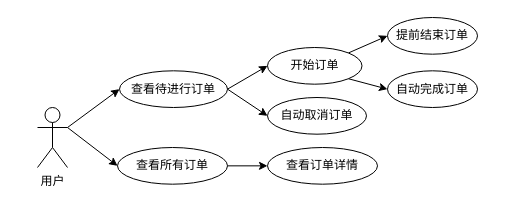
Above: 订单管理模块.drawio in mochaDMQ/myPicture (draw.io), before the change. Source tidied: cells renumbered, new cells numbered last; positions are measured from the earlier drawing's top-left corner, leaving out a move shared by most shapes. Both pictures are drawn from the tidied source at 100%, with x=0, y=0 at pixel (37, 17).
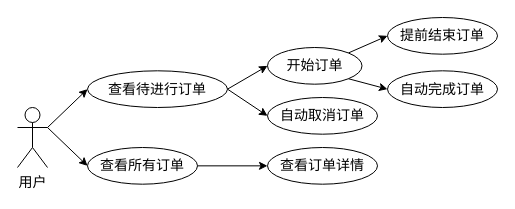
The same page after the edit.

Commit message:
更新订单管理模块.drawio

What changed in the source:
```diff
@@
 <mxGraphModel>
   <root>
     <mxCell id="0" />
     <mxCell id="1" parent="0" />
-    <mxCell id="2" style="edgeStyle=none;rounded=0;jettySize=auto;html=1;exitX=1;exitY=0.3333333333333333;exitDx=0;exitDy=0;exitPerimeter=0;entryX=0;entryY=0.5;entryDx=0;entryDy=0;" parent="1" edge="1" source="4" target="7">
+    <mxCell id="2" style="edgeStyle=none;rounded=0;jettySize=auto;html=1;exitX=1;exitY=0.3333333333333333;exitDx=0;exitDy=0;exitPerimeter=0;entryX=0;entryY=0.5;entryDx=0;entryDy=0;fontFamily=宋体;fontSize=14;" parent="1" edge="1" source="4" target="7">
       <mxGeometry relative="1" as="geometry" />
     </mxCell>
-    <mxCell id="3" style="edgeStyle=none;rounded=0;jettySize=auto;html=1;exitX=1;exitY=0.3333333333333333;exitDx=0;exitDy=0;exitPerimeter=0;entryX=0;entryY=0.5;entryDx=0;entryDy=0;" parent="1" edge="1" source="4" target="9">
+    <mxCell id="3" style="edgeStyle=none;rounded=0;jettySize=auto;html=1;exitX=1;exitY=0.3333333333333333;exitDx=0;exitDy=0;exitPerimeter=0;entryX=0;entryY=0.5;entryDx=0;entryDy=0;fontFamily=宋体;fontSize=14;" parent="1" edge="1" source="4" target="9">
       <mxGeometry relative="1" as="geometry" />
     </mxCell>
-    <mxCell id="4" value="用户" style="shape=umlActor;verticalLabelPosition=bottom;verticalAlign=top;html=1;outlineConnect=0;" parent="1" vertex="1">
-      <mxGeometry y="90" width="30" height="60" as="geometry" />
+    <mxCell id="4" value="用户" style="shape=umlActor;verticalLabelPosition=bottom;verticalAlign=top;html=1;outlineConnect=0;fontFamily=宋体;fontSize=14;" parent="1" vertex="1">
+      <mxGeometry x="-20" y="90" width="30" height="60" as="geometry" />
     </mxCell>
-    <mxCell id="5" style="rounded=0;jettySize=auto;html=1;exitX=1;exitY=0.5;exitDx=0;exitDy=0;entryX=0;entryY=0.5;entryDx=0;entryDy=0;" parent="1" edge="1" source="7" target="13">
+    <mxCell id="5" style="rounded=0;jettySize=auto;html=1;exitX=1;exitY=0.5;exitDx=0;exitDy=0;entryX=0;entryY=0.5;entryDx=0;entryDy=0;fontFamily=宋体;fontSize=14;" parent="1" edge="1" source="7" target="13">
       <mxGeometry relative="1" as="geometry" />
     </mxCell>
-    <mxCell id="6" style="rounded=0;jettySize=auto;html=1;exitX=1;exitY=0.5;exitDx=0;exitDy=0;entryX=0;entryY=0.5;entryDx=0;entryDy=0;" parent="1" edge="1" source="7" target="16">
+    <mxCell id="6" style="rounded=0;jettySize=auto;html=1;exitX=1;exitY=0.5;exitDx=0;exitDy=0;entryX=0;entryY=0.5;entryDx=0;entryDy=0;fontFamily=宋体;fontSize=14;" parent="1" edge="1" source="7" target="16">
       <mxGeometry relative="1" as="geometry" />
     </mxCell>
-    <mxCell id="7" value="查看待进行订单" style="ellipse;whiteSpace=wrap;html=1;" parent="1" vertex="1">
-      <mxGeometry x="82" y="53.3" width="108" height="36.7" as="geometry" />
+    <mxCell id="7" value="查看待进行订单" style="ellipse;whiteSpace=wrap;html=1;fontFamily=宋体;fontSize=14;" parent="1" vertex="1">
+      <mxGeometry x="50" y="53.3" width="140" height="36.7" as="geometry" />
     </mxCell>
-    <mxCell id="8" style="edgeStyle=orthogonalEdgeStyle;rounded=0;jettySize=auto;html=1;exitX=1;exitY=0.5;exitDx=0;exitDy=0;entryX=0;entryY=0.5;entryDx=0;entryDy=0;" parent="1" edge="1" source="9" target="10">
+    <mxCell id="8" style="edgeStyle=orthogonalEdgeStyle;rounded=0;jettySize=auto;html=1;exitX=1;exitY=0.5;exitDx=0;exitDy=0;entryX=0;entryY=0.5;entryDx=0;entryDy=0;fontFamily=宋体;fontSize=14;" parent="1" edge="1" source="9" target="10">
       <mxGeometry relative="1" as="geometry" />
     </mxCell>
-    <mxCell id="9" value="查看所有订单" style="ellipse;whiteSpace=wrap;html=1;" parent="1" vertex="1">
-      <mxGeometry x="80" y="130" width="110" height="36.7" as="geometry" />
+    <mxCell id="9" value="查看所有订单" style="ellipse;whiteSpace=wrap;html=1;fontFamily=宋体;fontSize=14;" parent="1" vertex="1">
+      <mxGeometry x="50" y="130" width="110" height="36.7" as="geometry" />
     </mxCell>
-    <mxCell id="10" value="查看订单详情" style="ellipse;whiteSpace=wrap;html=1;" parent="1" vertex="1">
+    <mxCell id="10" value="查看订单详情" style="ellipse;whiteSpace=wrap;html=1;fontFamily=宋体;fontSize=14;" parent="1" vertex="1">
       <mxGeometry x="230" y="130" width="110" height="36.7" as="geometry" />
     </mxCell>
-    <mxCell id="11" style="rounded=0;jettySize=auto;html=1;exitX=1;exitY=0;exitDx=0;exitDy=0;entryX=0;entryY=0.5;entryDx=0;entryDy=0;" parent="1" edge="1" source="13" target="15">
+    <mxCell id="11" style="rounded=0;jettySize=auto;html=1;exitX=1;exitY=0;exitDx=0;exitDy=0;entryX=0;entryY=0.5;entryDx=0;entryDy=0;fontFamily=宋体;fontSize=14;" parent="1" edge="1" source="13" target="15">
       <mxGeometry relative="1" as="geometry" />
     </mxCell>
-    <mxCell id="12" style="edgeStyle=none;rounded=0;jettySize=auto;html=1;exitX=1;exitY=1;exitDx=0;exitDy=0;entryX=0;entryY=0.5;entryDx=0;entryDy=0;" parent="1" edge="1" source="13" target="14">
+    <mxCell id="12" style="edgeStyle=none;rounded=0;jettySize=auto;html=1;exitX=1;exitY=1;exitDx=0;exitDy=0;entryX=0;entryY=0.5;entryDx=0;entryDy=0;fontFamily=宋体;fontSize=14;" parent="1" edge="1" source="13" target="14">
       <mxGeometry relative="1" as="geometry" />
     </mxCell>
-    <mxCell id="13" value="开始订单" style="ellipse;whiteSpace=wrap;html=1;" parent="1" vertex="1">
+    <mxCell id="13" value="开始订单" style="ellipse;whiteSpace=wrap;html=1;fontFamily=宋体;fontSize=14;" parent="1" vertex="1">
       <mxGeometry x="230" y="30" width="94.5" height="36.7" as="geometry" />
     </mxCell>
-    <mxCell id="14" value="自动完成订单" style="ellipse;whiteSpace=wrap;html=1;" parent="1" vertex="1">
-      <mxGeometry x="350" y="53.3" width="90" height="36.7" as="geometry" />
+    <mxCell id="14" value="自动完成订单" style="ellipse;whiteSpace=wrap;html=1;fontFamily=宋体;fontSize=14;" parent="1" vertex="1">
+      <mxGeometry x="350" y="53.3" width="110" height="36.7" as="geometry" />
     </mxCell>
-    <mxCell id="15" value="提前结束订单" style="ellipse;whiteSpace=wrap;html=1;" parent="1" vertex="1">
-      <mxGeometry x="350" width="90" height="36.7" as="geometry" />
+    <mxCell id="15" value="提前结束订单" style="ellipse;whiteSpace=wrap;html=1;fontFamily=宋体;fontSize=14;" parent="1" vertex="1">
+      <mxGeometry x="350" width="110" height="36.7" as="geometry" />
     </mxCell>
-    <mxCell id="16" value="自动取消订单" style="ellipse;whiteSpace=wrap;html=1;" parent="1" vertex="1">
-      <mxGeometry x="230" y="80" width="99" height="36.7" as="geometry" />
+    <mxCell id="16" value="自动取消订单" style="ellipse;whiteSpace=wrap;html=1;fontFamily=宋体;fontSize=14;" parent="1" vertex="1">
+      <mxGeometry x="230" y="80" width="110" height="36.7" as="geometry" />
     </mxCell>
   </root>
 </mxGraphModel>
```
